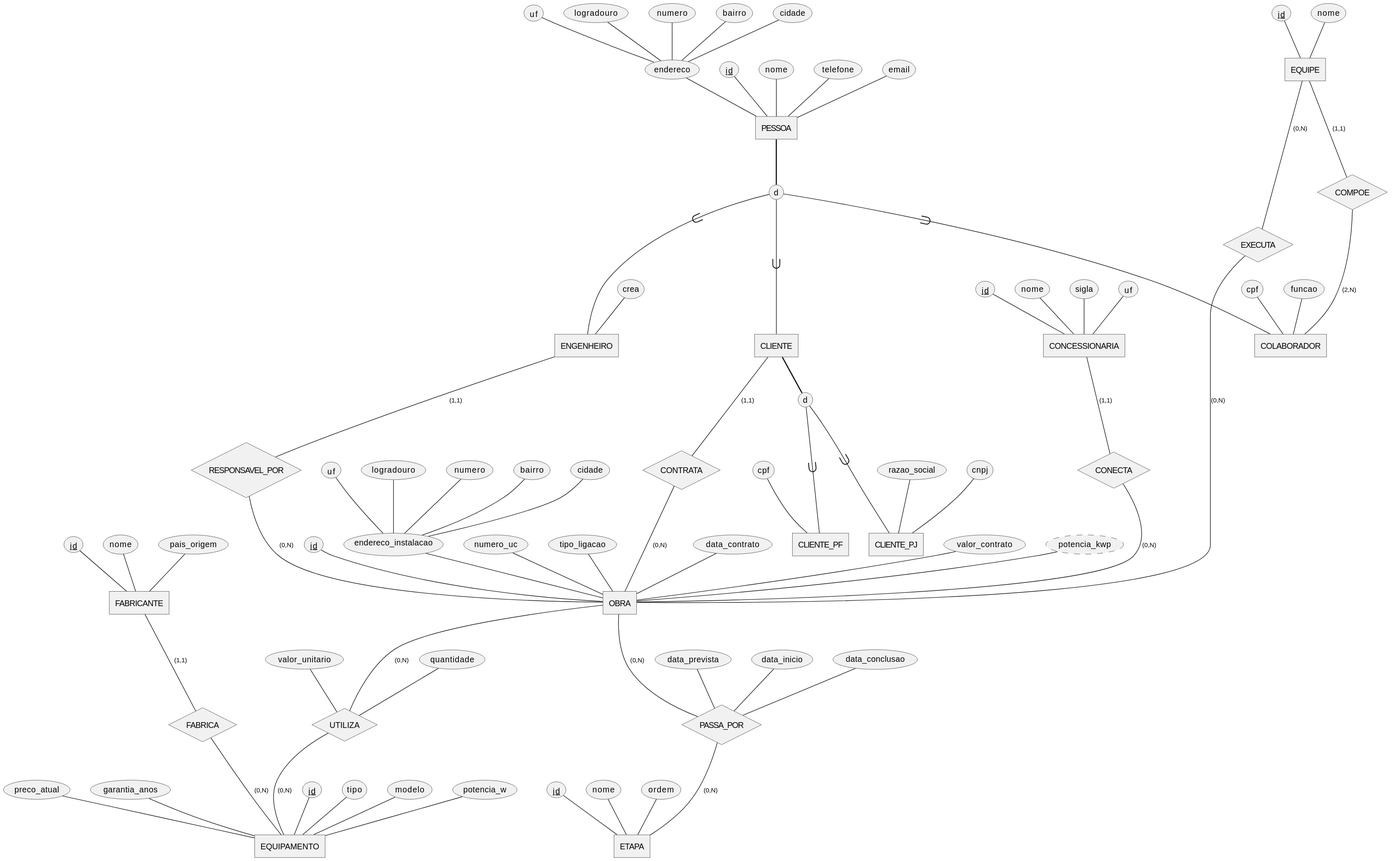
christianoeds/gestao_fotovoltaica keeps this PlantUML diagram as documentacao/modelo_conceitual.svg. Above is the earlier version.
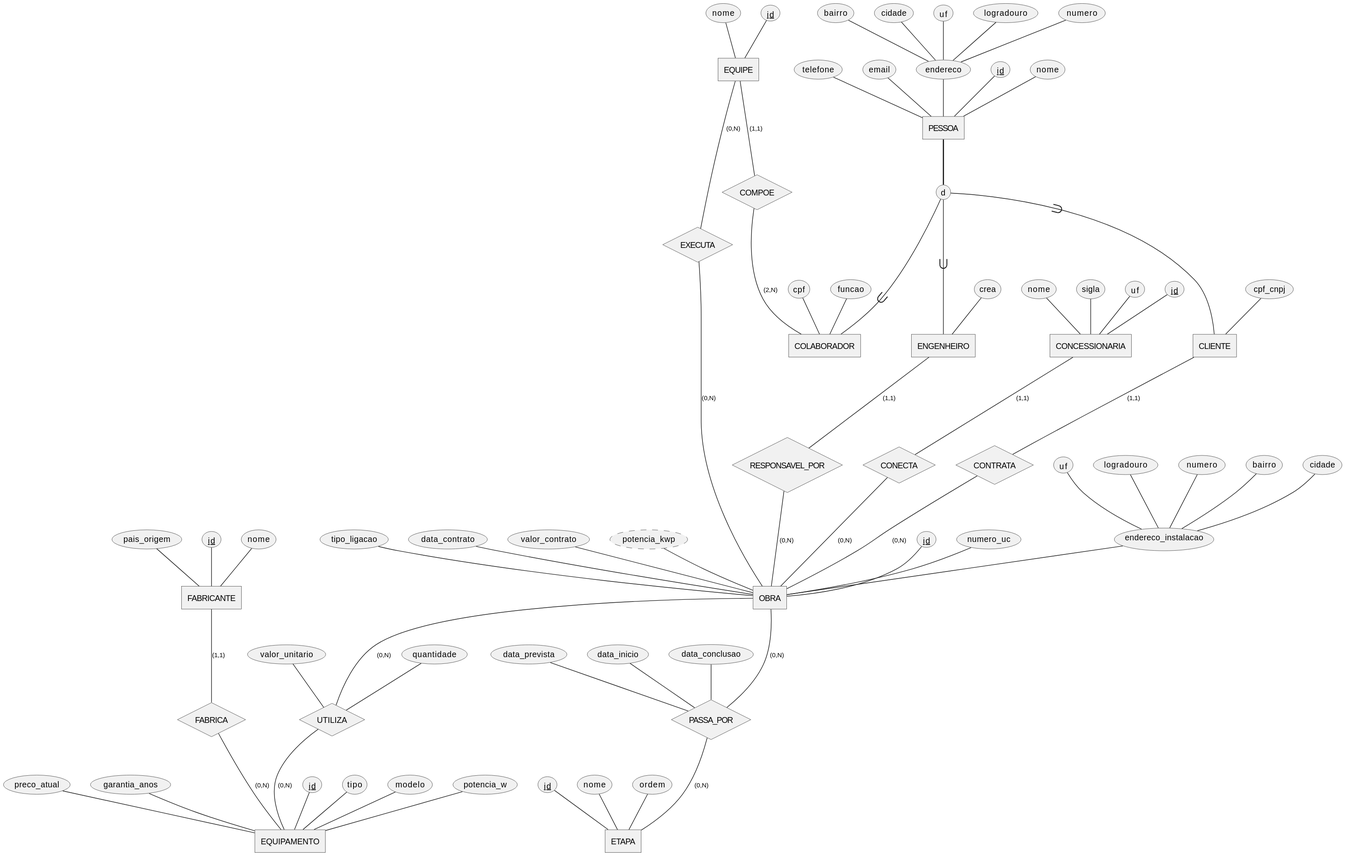
The same file after the commit.

The edit, as a diff of the source:
```diff
@@ -15,15 +15,7 @@
 }
 
 entity CLIENTE {
-}
-
-entity CLIENTE_PF {
-  cpf
-}
-
-entity CLIENTE_PJ {
-  cnpj
-  razao_social
+  cpf_cnpj
 }
 
 entity ENGENHEIRO {
@@ -114,7 +106,6 @@
 }
 
 PESSOA =>= d { CLIENTE, ENGENHEIRO, COLABORADOR }
-CLIENTE =>= d { CLIENTE_PF, CLIENTE_PJ }
 
 CLIENTE -(1,1)- CONTRATA
 CONTRATA -(0,N)- OBRA
```
